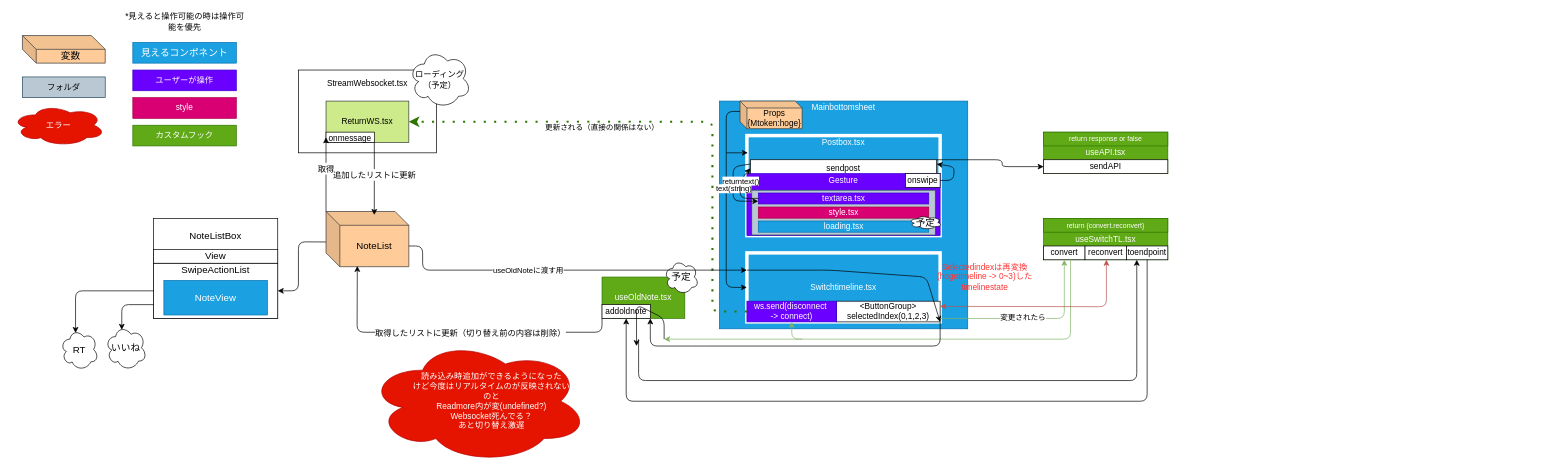
0-a-e/Pingheng keeps this draw.io diagram as PingHengapp.drawio. Above is the earlier version. Source tidied: cells renumbered, new cells numbered last; positions are measured from the earlier drawing's top-left corner, leaving out a move shared by most shapes. Both pictures are drawn from the tidied source at 69%, with x=0, y=0 at pixel (12, 14).
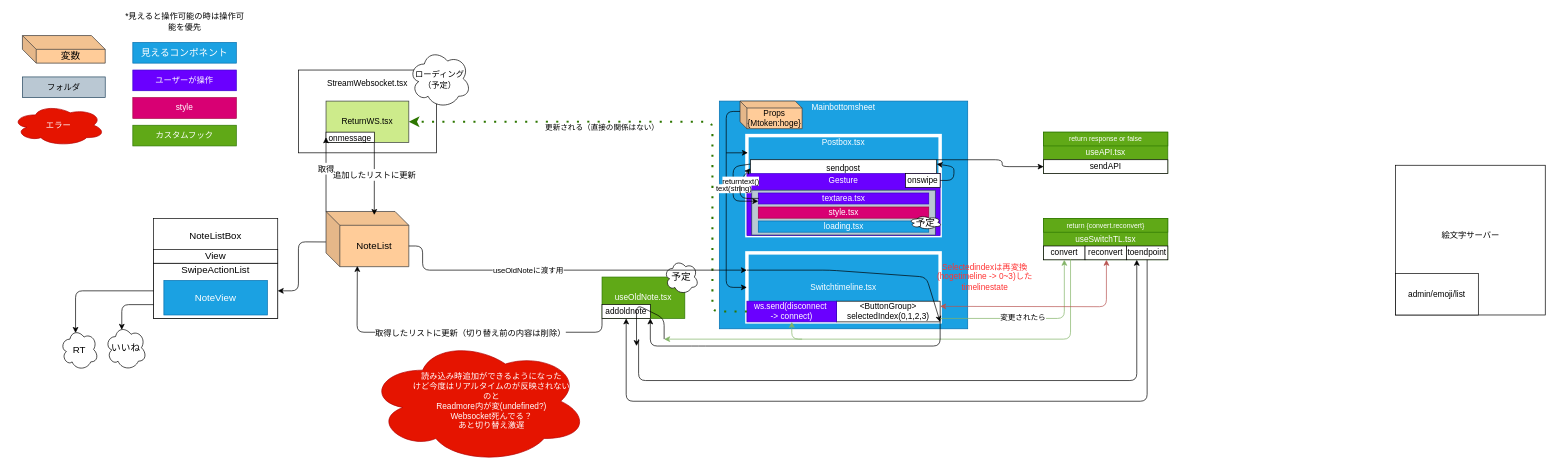
The same page after the edit.

The edit, as a diff of the source:
```diff
@@
+    <mxCell id="93" style="whiteSpace=wrap;html=1;" parent="1" vertex="1">
+      <mxGeometry x="2005" y="218" width="217" height="217" as="geometry" />
+    </mxCell>
+    <mxCell id="94" value="admin/emoji/list" style="rounded=0;whiteSpace=wrap;html=1;" parent="1" vertex="1">
+      <mxGeometry x="2005" y="375" width="120" height="60" as="geometry" />
+    </mxCell>
+    <mxCell id="95" value="絵文字サーバー" style="text;html=1;strokeColor=none;fillColor=none;align=center;verticalAlign=middle;whiteSpace=wrap;rounded=0;" parent="1" vertex="1">
+      <mxGeometry x="2068.5" y="310" width="90" height="20" as="geometry" />
+    </mxCell>
```
